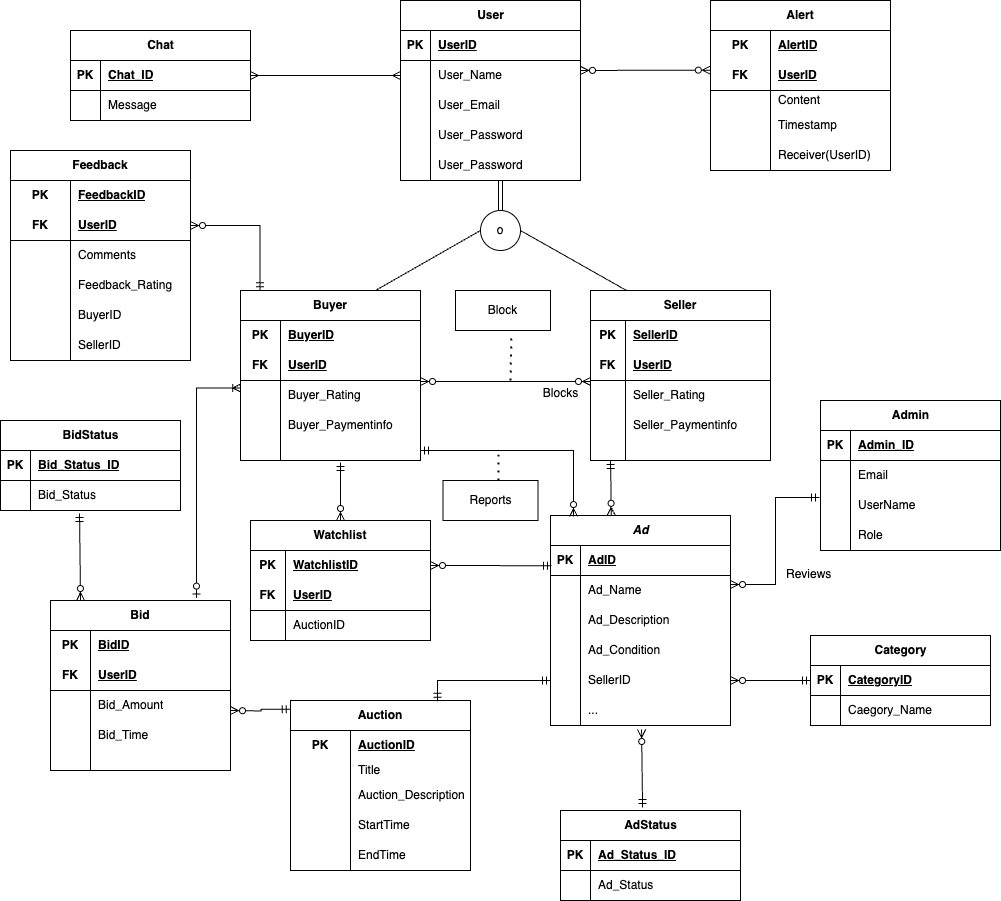
The draw.io diagram P2 Database Design, Initial ERD.png in rohithreddykota/bidding-system, before a commit. Source tidied: cells renumbered, new cells last; positions are measured from the earlier drawing's top-left corner, leaving out a move shared by most shapes.
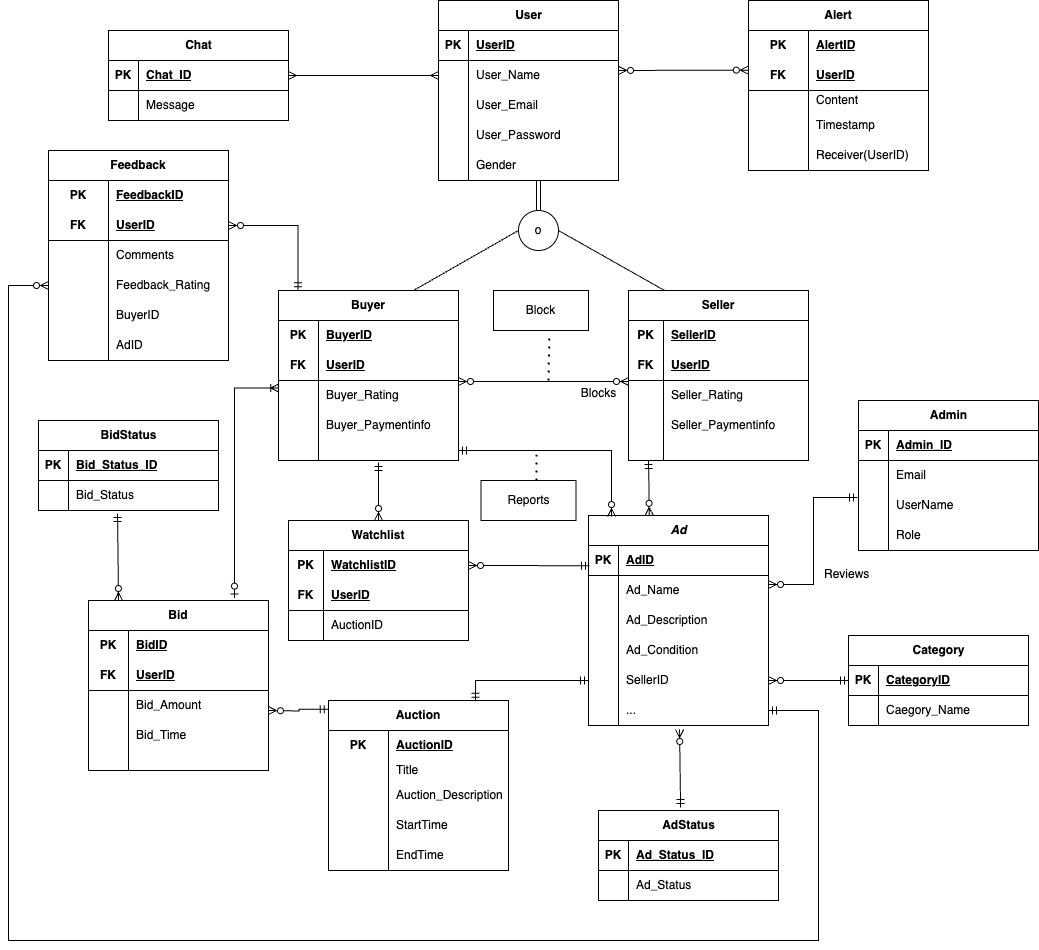
Above is the later version.

Change to the diagram source:
```diff
@@ -73,7 +73,7 @@
     <mxCell id="22" style="shape=partialRectangle;fillColor=none;top=0;left=0;bottom=0;right=0;overflow=hidden;whiteSpace=wrap;html=1;" parent="21" vertex="1">
       <mxGeometry width="30" height="30" as="geometry" />
     </mxCell>
-    <mxCell id="23" value="User_Password" style="shape=partialRectangle;fillColor=none;top=0;left=0;bottom=0;right=0;align=left;spacingLeft=6;overflow=hidden;whiteSpace=wrap;html=1;" parent="21" vertex="1">
+    <mxCell id="23" value="Gender" style="shape=partialRectangle;fillColor=none;top=0;left=0;bottom=0;right=0;align=left;spacingLeft=6;overflow=hidden;whiteSpace=wrap;html=1;" parent="21" vertex="1">
       <mxGeometry x="30" width="150" height="30" as="geometry" />
     </mxCell>
     <mxCell id="24" value="Alert" style="shape=table;startSize=30;rowLines=0;fontStyle=1;align=center;html=1;whiteSpace=wrap;spacingRight=0;" parent="1" vertex="1">
@@ -274,7 +274,7 @@
     <mxCell id="89" style="shape=partialRectangle;fillColor=none;top=0;left=0;bottom=0;right=0;overflow=hidden;html=1;whiteSpace=wrap;" parent="88" vertex="1">
       <mxGeometry width="60" height="30" as="geometry" />
     </mxCell>
-    <mxCell id="90" value="SellerID" style="shape=partialRectangle;fillColor=none;top=0;left=0;bottom=0;right=0;align=left;spacingLeft=6;overflow=hidden;html=1;whiteSpace=wrap;" parent="88" vertex="1">
+    <mxCell id="90" value="AdID" style="shape=partialRectangle;fillColor=none;top=0;left=0;bottom=0;right=0;align=left;spacingLeft=6;overflow=hidden;html=1;whiteSpace=wrap;" parent="88" vertex="1">
       <mxGeometry x="60" width="120" height="30" as="geometry" />
     </mxCell>
     <mxCell id="91" value="Watchlist" style="shape=table;startSize=30;rowLines=0;fontStyle=1;align=center;html=1;whiteSpace=wrap;spacingRight=0;" parent="1" vertex="1">
@@ -651,5 +651,15 @@
     <mxCell id="211" style="edgeStyle=orthogonalEdgeStyle;fontSize=12;html=1;endArrow=ERmandOne;startArrow=ERmandOne;rounded=0;entryX=0;entryY=0.5;entryDx=0;entryDy=0;exitX=0.817;exitY=0.005;exitDx=0;exitDy=0;exitPerimeter=0;" parent="1" edge="1" source="143" target="130">
       <mxGeometry relative="1" as="geometry" />
     </mxCell>
+    <mxCell id="212" style="edgeStyle=orthogonalEdgeStyle;fontSize=12;html=1;endArrow=ERzeroToMany;startArrow=ERmandOne;rounded=0;exitX=1;exitY=0.5;exitDx=0;exitDy=0;entryX=0;entryY=0.5;entryDx=0;entryDy=0;" parent="1" edge="1" source="133" target="82">
+      <mxGeometry relative="1" as="geometry">
+        <Array as="points">
+          <mxPoint x="780" y="710" />
+          <mxPoint x="780" y="940" />
+          <mxPoint x="-30" y="940" />
+          <mxPoint x="-30" y="285" />
+        </Array>
+      </mxGeometry>
+    </mxCell>
   </root>
 </mxGraphModel>
```
